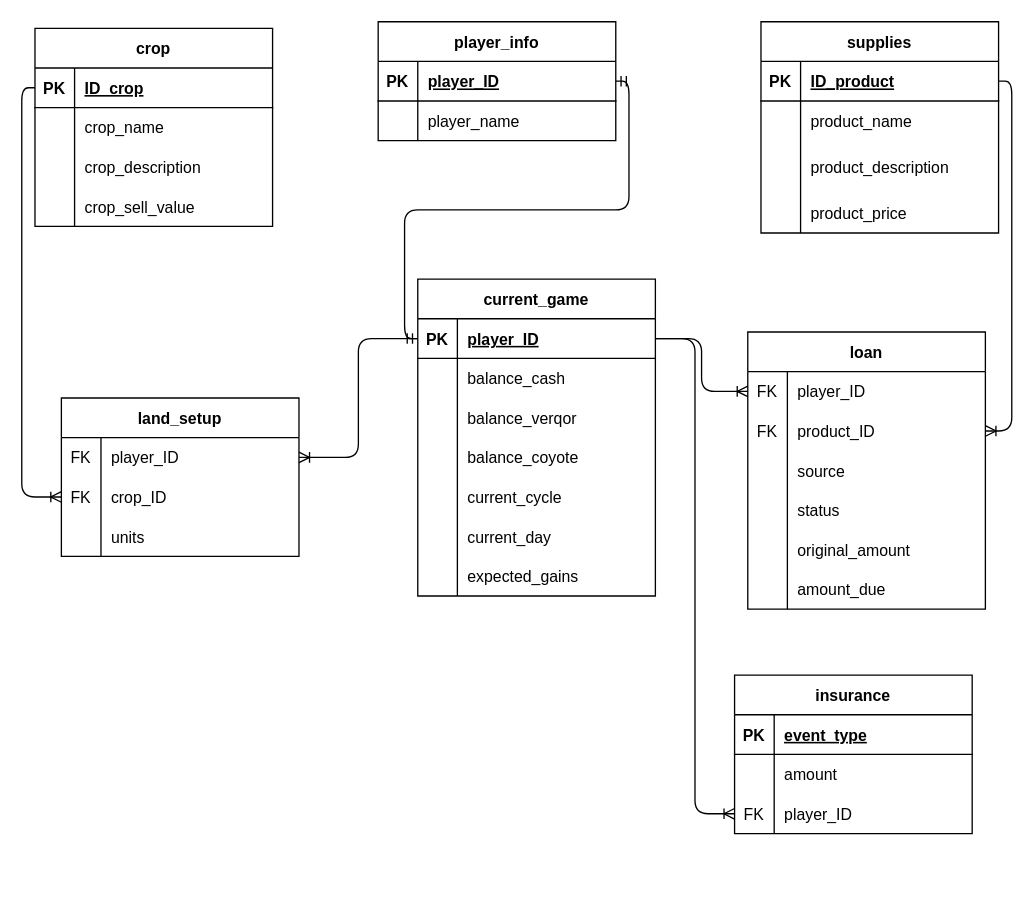
The draw.io diagram Database/Diagrama_2.drawio in zam-cv/B4, before the edit. Source tidied: cells renumbered, new cells numbered last; positions are measured from the earlier drawing's top-left corner, leaving out a move shared by most shapes. Both pictures are drawn from the tidied source at 132%, with x=0, y=0 at pixel (34, 21).
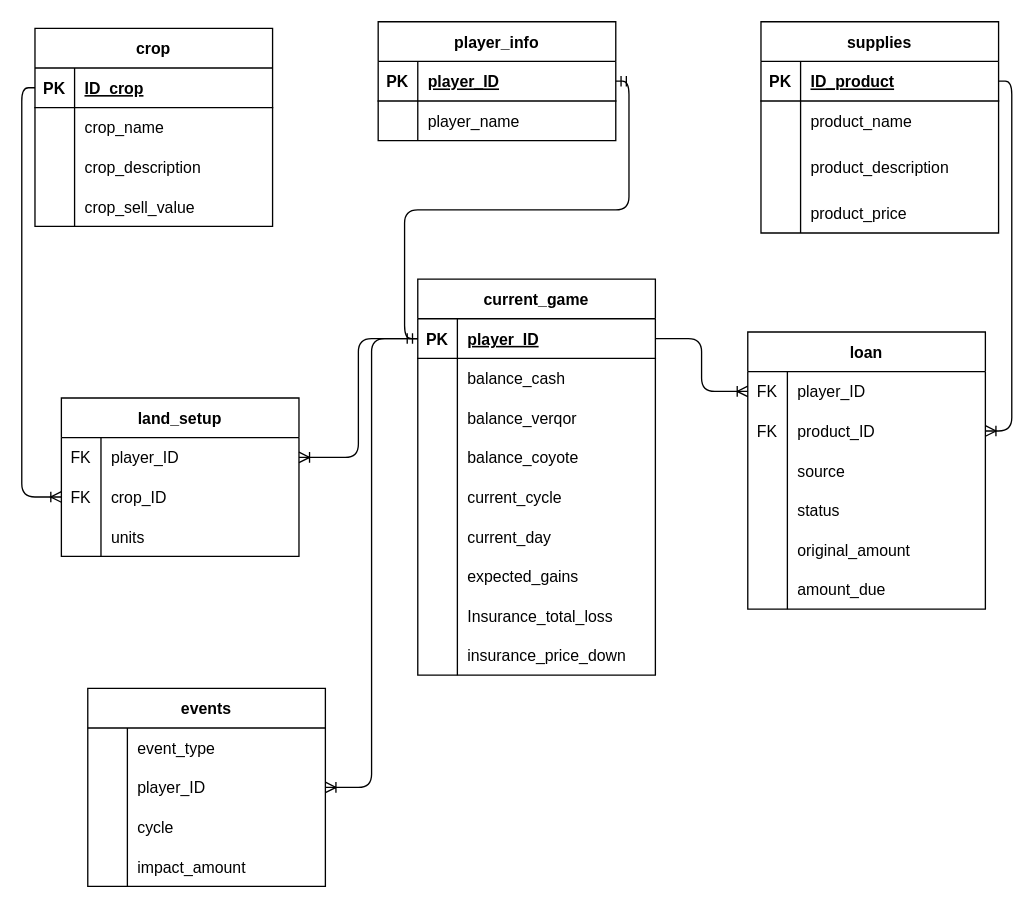
The same diagram, later.

Commit message (it also covers changes not shown here):
Added insurance balances

Unchanged cells that the change refers to:
```xml
<mxCell id="23" style="shape=tableRow;horizontal=0;startSize=0;swimlaneHead=0;swimlaneBody=0;fillColor=none;points=[[0,0.5],[1,0.5]];portConstraint=eastwest;top=0;left=0;right=0;bottom=1;" parent="22" vertex="1">
  <mxGeometry y="30" width="180" height="30" as="geometry" />
</mxCell>
```

What changed in the source:
```diff
@@
     <mxCell id="22" value="current_game" style="shape=table;startSize=30;childLayout=tableLayout;rowLines=0;fontStyle=1;align=center;" parent="1" vertex="1">
-      <mxGeometry x="290" y="195" width="180" height="240" as="geometry" />
+      <mxGeometry x="290" y="195" width="180" height="300" as="geometry" />
     </mxCell>
@@
+    <mxCell id="102" style="shape=tableRow;horizontal=0;startSize=0;swimlaneHead=0;swimlaneBody=0;fillColor=none;top=0;left=0;right=0;bottom=0;" parent="22" vertex="1">
+      <mxGeometry y="240" width="180" height="30" as="geometry" />
+    </mxCell>
+    <mxCell id="103" style="shape=partialRectangle;fillColor=none;top=0;left=0;bottom=0;right=0;overflow=hidden;" parent="102" vertex="1">
+      <mxGeometry width="30" height="30" as="geometry" />
+    </mxCell>
+    <mxCell id="104" value="Insurance_total_loss" style="shape=partialRectangle;fillColor=none;top=0;left=0;bottom=0;right=0;align=left;spacingLeft=6;overflow=hidden;" parent="102" vertex="1">
+      <mxGeometry x="30" width="150" height="30" as="geometry" />
+    </mxCell>
+    <mxCell id="105" style="shape=tableRow;horizontal=0;startSize=0;swimlaneHead=0;swimlaneBody=0;fillColor=none;top=0;left=0;right=0;bottom=0;" parent="22" vertex="1">
+      <mxGeometry y="270" width="180" height="30" as="geometry" />
+    </mxCell>
+    <mxCell id="106" style="shape=partialRectangle;fillColor=none;top=0;left=0;bottom=0;right=0;overflow=hidden;" parent="105" vertex="1">
+      <mxGeometry width="30" height="30" as="geometry" />
+    </mxCell>
+    <mxCell id="107" value="insurance_price_down" style="shape=partialRectangle;fillColor=none;top=0;left=0;bottom=0;right=0;align=left;spacingLeft=6;overflow=hidden;" parent="105" vertex="1">
+      <mxGeometry x="30" width="150" height="30" as="geometry" />
+    </mxCell>
@@
-    <mxCell id="91" value="insurance" style="shape=table;startSize=30;childLayout=tableLayout;rowLines=0;fontStyle=1;align=center;" parent="1" vertex="1">
-      <mxGeometry x="530" y="495" width="180" height="120" as="geometry" />
-    </mxCell>
-    <mxCell id="92" style="shape=tableRow;horizontal=0;startSize=0;swimlaneHead=0;swimlaneBody=0;fillColor=none;top=0;left=0;right=0;bottom=1;" parent="91" vertex="1">
-      <mxGeometry y="30" width="180" height="30" as="geometry" />
-    </mxCell>
-    <mxCell id="93" value="PK" style="shape=partialRectangle;fillColor=none;top=0;left=0;bottom=0;right=0;fontStyle=1;overflow=hidden;" parent="92" vertex="1">
-      <mxGeometry width="30" height="30" as="geometry" />
-    </mxCell>
+    <mxCell id="108" value="events" style="shape=table;startSize=30;childLayout=tableLayout;rowLines=0;fontStyle=1;align=center;" parent="1" vertex="1">
+      <mxGeometry x="40" y="505" width="180" height="150" as="geometry" />
+    </mxCell>
+    <mxCell id="109" style="shape=tableRow;horizontal=0;startSize=0;swimlaneHead=0;swimlaneBody=0;fillColor=none;top=0;left=0;right=0;bottom=0;" parent="108" vertex="1">
+      <mxGeometry y="30" width="180" height="30" as="geometry" />
+    </mxCell>
+    <mxCell id="110" style="shape=partialRectangle;fillColor=none;top=0;left=0;bottom=0;right=0;overflow=hidden;" parent="109" vertex="1">
+      <mxGeometry width="30" height="30" as="geometry" />
+    </mxCell>
-    <mxCell id="94" value="event_type" style="shape=partialRectangle;fillColor=none;top=0;left=0;bottom=0;right=0;align=left;spacingLeft=6;fontStyle=5;overflow=hidden;" parent="92" vertex="1">
+    <mxCell id="94" value="event_type" style="shape=partialRectangle;fillColor=none;top=0;left=0;bottom=0;right=0;align=left;spacingLeft=6;overflow=hidden;" parent="109" vertex="1">
       <mxGeometry x="30" width="150" height="30" as="geometry" />
     </mxCell>
-    <mxCell id="95" style="shape=tableRow;horizontal=0;startSize=0;swimlaneHead=0;swimlaneBody=0;fillColor=none;points=[[0,0.5],[1,0.5]];portConstraint=eastwest;top=0;left=0;right=0;bottom=0;" parent="91" vertex="1">
+    <mxCell id="95" style="shape=tableRow;horizontal=0;startSize=0;swimlaneHead=0;swimlaneBody=0;fillColor=none;points=[[0,0.5],[1,0.5]];portConstraint=eastwest;top=0;left=0;right=0;bottom=0;" parent="108" vertex="1">
       <mxGeometry y="60" width="180" height="30" as="geometry" />
     </mxCell>
-    <mxCell id="96" style="shape=partialRectangle;fillColor=none;top=0;left=0;bottom=0;right=0;overflow=hidden;" parent="95" vertex="1">
-      <mxGeometry width="30" height="30" as="geometry" />
-    </mxCell>
-    <mxCell id="97" value="amount" style="shape=partialRectangle;fillColor=none;top=0;left=0;bottom=0;right=0;align=left;spacingLeft=6;overflow=hidden;" parent="95" vertex="1">
-      <mxGeometry x="30" width="150" height="30" as="geometry" />
-    </mxCell>
+    <mxCell id="111" style="shape=partialRectangle;fillColor=none;top=0;left=0;bottom=0;right=0;overflow=hidden;" parent="95" vertex="1">
+      <mxGeometry width="30" height="30" as="geometry" />
+    </mxCell>
+    <mxCell id="100" value="player_ID" style="shape=partialRectangle;fillColor=none;top=0;left=0;bottom=0;right=0;align=left;spacingLeft=6;overflow=hidden;" parent="95" vertex="1">
+      <mxGeometry x="30" width="150" height="30" as="geometry" />
+    </mxCell>
-    <mxCell id="98" style="shape=tableRow;horizontal=0;startSize=0;swimlaneHead=0;swimlaneBody=0;fillColor=none;points=[[0,0.5],[1,0.5]];portConstraint=eastwest;top=0;left=0;right=0;bottom=0;" parent="91" vertex="1">
+    <mxCell id="98" style="shape=tableRow;horizontal=0;startSize=0;swimlaneHead=0;swimlaneBody=0;fillColor=none;points=[[0,0.5],[1,0.5]];portConstraint=eastwest;top=0;left=0;right=0;bottom=0;" parent="108" vertex="1">
       <mxGeometry y="90" width="180" height="30" as="geometry" />
     </mxCell>
-    <mxCell id="99" value="FK" style="shape=partialRectangle;fillColor=none;top=0;left=0;bottom=0;right=0;overflow=hidden;" parent="98" vertex="1">
-      <mxGeometry width="30" height="30" as="geometry" />
-    </mxCell>
-    <mxCell id="100" value="player_ID" style="shape=partialRectangle;fillColor=none;top=0;left=0;bottom=0;right=0;align=left;spacingLeft=6;overflow=hidden;" parent="98" vertex="1">
-      <mxGeometry x="30" width="150" height="30" as="geometry" />
-    </mxCell>
-    <mxCell id="101" style="edgeStyle=entityRelationEdgeStyle;fontSize=12;html=1;endArrow=ERoneToMany;exitX=1;exitY=0.5;exitDx=0;exitDy=0;entryX=0;entryY=0.5;entryDx=0;entryDy=0;" parent="1" edge="1" source="23" target="98">
-      <mxGeometry relative="1" as="geometry" />
-    </mxCell>
+    <mxCell id="112" style="shape=partialRectangle;fillColor=none;top=0;left=0;bottom=0;right=0;overflow=hidden;" parent="98" vertex="1">
+      <mxGeometry width="30" height="30" as="geometry" />
+    </mxCell>
+    <mxCell id="113" value="cycle" style="shape=partialRectangle;fillColor=none;top=0;left=0;bottom=0;right=0;align=left;spacingLeft=6;overflow=hidden;" parent="98" vertex="1">
+      <mxGeometry x="30" width="150" height="30" as="geometry" />
+    </mxCell>
+    <mxCell id="114" style="shape=tableRow;horizontal=0;startSize=0;swimlaneHead=0;swimlaneBody=0;fillColor=none;top=0;left=0;right=0;bottom=0;" parent="108" vertex="1">
+      <mxGeometry y="120" width="180" height="30" as="geometry" />
+    </mxCell>
+    <mxCell id="115" style="shape=partialRectangle;fillColor=none;top=0;left=0;bottom=0;right=0;overflow=hidden;" parent="114" vertex="1">
+      <mxGeometry width="30" height="30" as="geometry" />
+    </mxCell>
+    <mxCell id="116" value="impact_amount" style="shape=partialRectangle;fillColor=none;top=0;left=0;bottom=0;right=0;align=left;spacingLeft=6;overflow=hidden;" parent="114" vertex="1">
+      <mxGeometry x="30" width="150" height="30" as="geometry" />
+    </mxCell>
+    <mxCell id="117" style="edgeStyle=orthogonalEdgeStyle;fontSize=12;html=1;endArrow=ERoneToMany;exitX=0;exitY=0.5;exitDx=0;exitDy=0;entryX=1;entryY=0.5;entryDx=0;entryDy=0;" parent="1" edge="1" source="23" target="95">
+      <mxGeometry relative="1" as="geometry" />
+    </mxCell>
```
